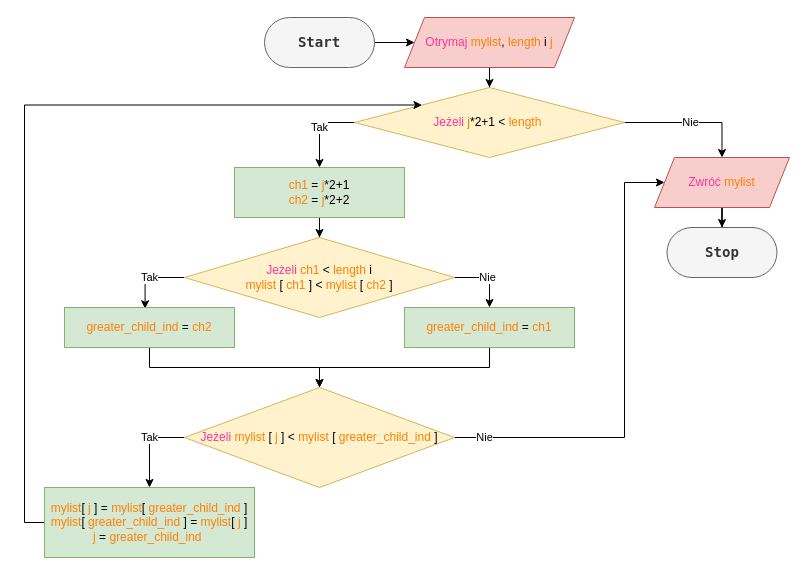
Earlier version of the draw.io diagram page "Heapify" (3 of 4) of block-diagrams.drawio (FrightenedFox/sorting-algorithms). Source tidied: cells renumbered, new cells numbered last; positions are measured from the earlier drawing's top-left corner, leaving out a move shared by most shapes. Both pictures are drawn from the tidied source at 100%, with x=0, y=0 at pixel (24, 17).
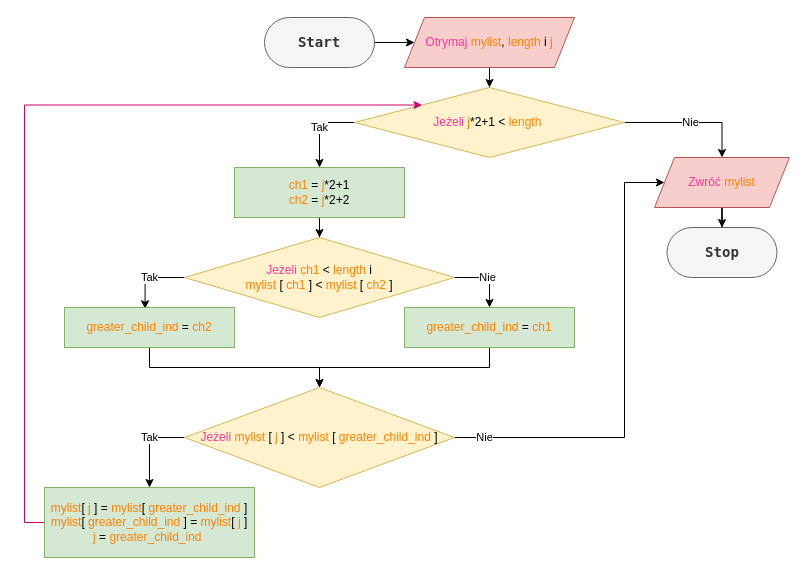
The same diagram, later.

The change refers to these unchanged cells:
```xml
<mxCell id="8" value="&lt;font color=&quot;#ff3399&quot;&gt;Jeżeli &lt;/font&gt;&lt;font color=&quot;#ff8000&quot;&gt;j&lt;/font&gt;&lt;span&gt;*2+1 &amp;lt;&amp;nbsp;&lt;/span&gt;&lt;span style=&quot;color: rgb(255 , 128 , 0)&quot;&gt;length&amp;nbsp;&lt;/span&gt;" style="rhombus;whiteSpace=wrap;html=1;rounded=0;strokeColor=#d6b656;fillColor=#fff2cc;" parent="1" vertex="1">
  <mxGeometry x="330" y="70" width="270" height="70" as="geometry" />
</mxCell>
<mxCell id="22" value="&lt;font color=&quot;#ff8000&quot;&gt;mylist&lt;/font&gt;[&amp;nbsp;&lt;span style=&quot;color: rgb(255 , 128 , 0)&quot;&gt;j&amp;nbsp;&lt;/span&gt;] =&amp;nbsp;&lt;font color=&quot;#ff8000&quot;&gt;mylist&lt;/font&gt;[&amp;nbsp;&lt;span style=&quot;color: rgb(255 , 128 , 0)&quot;&gt;greater_child_ind&amp;nbsp;&lt;/span&gt;]&lt;font color=&quot;#ff8000&quot;&gt;&lt;br&gt;&lt;/font&gt;&lt;font color=&quot;#ff8000&quot;&gt;mylist&lt;/font&gt;[&amp;nbsp;&lt;span style=&quot;color: rgb(255 , 128 , 0)&quot;&gt;greater_child_ind&amp;nbsp;&lt;/span&gt;] =&amp;nbsp;&lt;font color=&quot;#ff8000&quot;&gt;mylist&lt;/font&gt;[&amp;nbsp;&lt;span style=&quot;color: rgb(255 , 128 , 0)&quot;&gt;j&amp;nbsp;&lt;/span&gt;]&lt;font color=&quot;#ff8000&quot;&gt;&lt;br&gt;&lt;/font&gt;&lt;span style=&quot;color: rgb(255 , 128 , 0)&quot;&gt;j&amp;nbsp;&lt;/span&gt;=&amp;nbsp;&lt;span style=&quot;color: rgb(255 , 128 , 0)&quot;&gt;greater_child_ind&amp;nbsp;&lt;/span&gt;&lt;font color=&quot;#ff3399&quot;&gt;&lt;br&gt;&lt;/font&gt;" style="rounded=0;whiteSpace=wrap;html=1;fillColor=#d5e8d4;strokeColor=#82b366;" parent="1" vertex="1">
  <mxGeometry x="20" y="470" width="210" height="70" as="geometry" />
</mxCell>
```

Diff of the diagram source:
```diff
@@
-    <mxCell id="21" style="edgeStyle=orthogonalEdgeStyle;rounded=0;jettySize=auto;html=1;entryX=0;entryY=0;entryDx=0;entryDy=0;" parent="1" edge="1" source="22" target="8">
+    <mxCell id="21" style="edgeStyle=orthogonalEdgeStyle;rounded=0;jettySize=auto;html=1;entryX=0;entryY=0;entryDx=0;entryDy=0;strokeColor=#CC0066;" parent="1" edge="1" source="22" target="8">
       <mxGeometry relative="1" as="geometry">
         <Array as="points">
           <mxPoint y="505" />
           <mxPoint y="88" />
         </Array>
       </mxGeometry>
     </mxCell>
```
